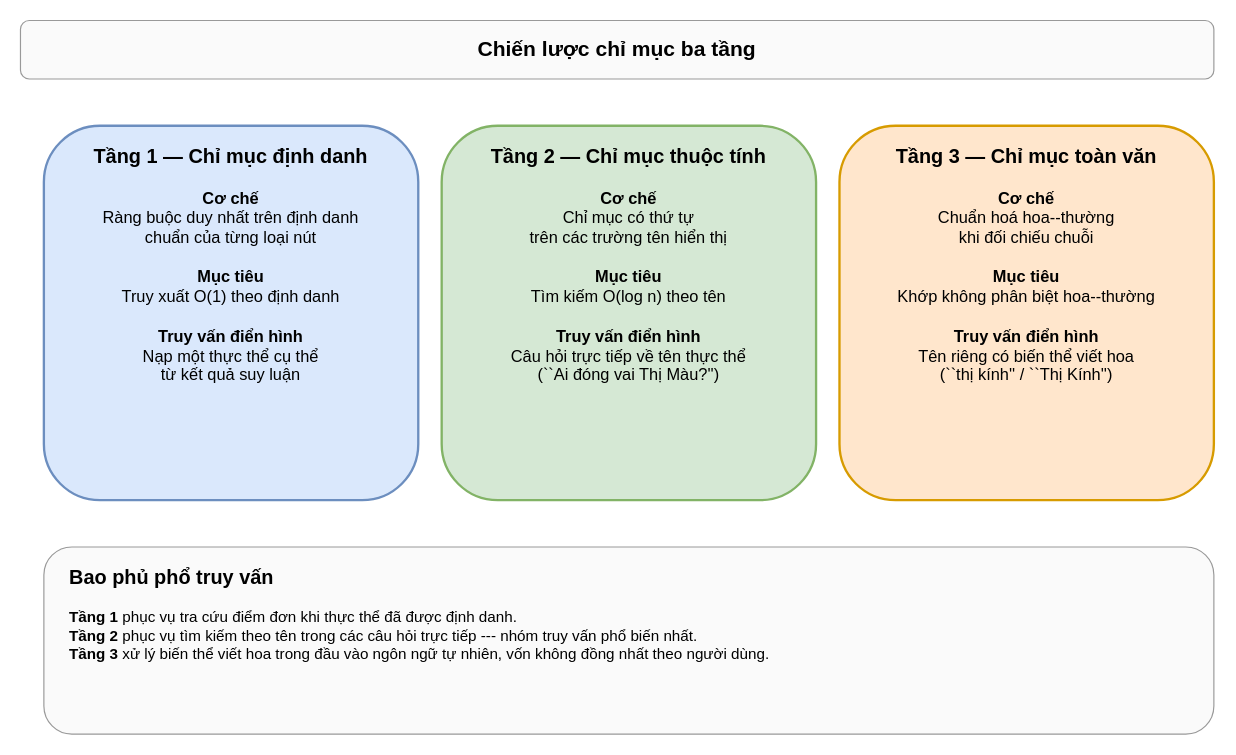
The draw.io diagram thesis/figures/c3/indexing_strategy.drawio in BlackRose484/GraphRAG, before the edit. Source tidied: cells renumbered, new cells numbered last; positions are measured from the earlier drawing's top-left corner, leaving out a move shared by most shapes. Both pictures are drawn from the tidied source at 117%, with x=0, y=0 at pixel (20, 20).
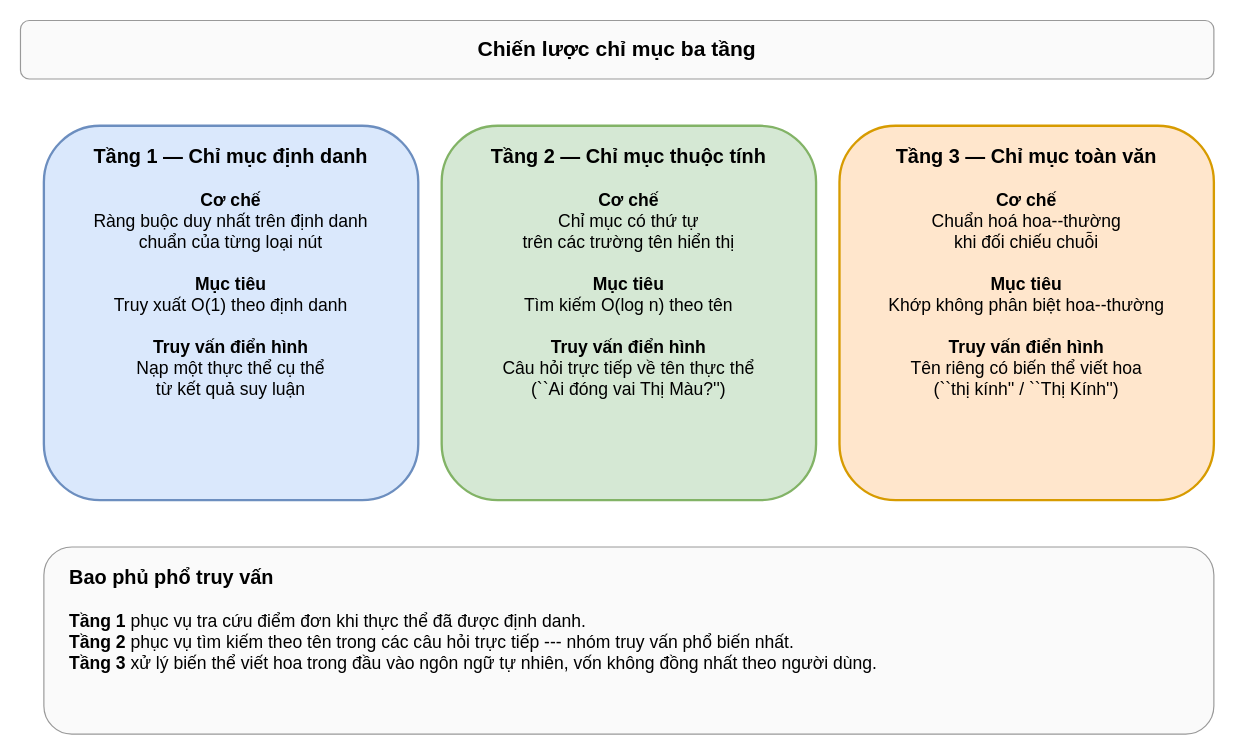
After the change.

Diff of the diagram source:
```diff
@@
 <mxGraphModel>
   <root>
     <mxCell id="0" />
     <mxCell id="1" parent="0" />
     <mxCell id="2" value="Chiến lược chỉ mục ba tầng" style="rounded=1;whiteSpace=wrap;html=1;fillColor=#fafafa;strokeColor=#999999;strokeWidth=1;fontSize=18;fontStyle=1;align=center;" parent="1" vertex="1">
       <mxGeometry width="1020" height="50" as="geometry" />
     </mxCell>
-    <mxCell id="3" value="&lt;b style=&quot;font-size:17px&quot;&gt;Tầng 1 — Chỉ mục định danh&lt;/b&gt;&lt;br&gt;&lt;br&gt;&lt;b&gt;Cơ chế&lt;/b&gt;&lt;br&gt;Ràng buộc duy nhất trên định danh&lt;br&gt;chuẩn của từng loại nút&lt;br&gt;&lt;br&gt;&lt;b&gt;Mục tiêu&lt;/b&gt;&lt;br&gt;Truy xuất O(1) theo định danh&lt;br&gt;&lt;br&gt;&lt;b&gt;Truy vấn điển hình&lt;/b&gt;&lt;br&gt;Nạp một thực thể cụ thể&lt;br&gt;từ kết quả suy luận" style="rounded=1;whiteSpace=wrap;html=1;fillColor=#dae8fc;strokeColor=#6c8ebf;strokeWidth=2;fontSize=14;align=center;verticalAlign=top;spacingTop=10;" parent="1" vertex="1">
+    <mxCell id="3" value="&lt;b style=&quot;font-size:17px&quot;&gt;Tầng 1 — Chỉ mục định danh&lt;/b&gt;&lt;br&gt;&lt;br&gt;&lt;b&gt;Cơ chế&lt;/b&gt;&lt;br&gt;Ràng buộc duy nhất trên định danh&lt;br&gt;chuẩn của từng loại nút&lt;br&gt;&lt;br&gt;&lt;b&gt;Mục tiêu&lt;/b&gt;&lt;br&gt;Truy xuất O(1) theo định danh&lt;br&gt;&lt;br&gt;&lt;b&gt;Truy vấn điển hình&lt;/b&gt;&lt;br&gt;Nạp một thực thể cụ thể&lt;br&gt;từ kết quả suy luận" style="rounded=1;whiteSpace=wrap;html=1;fillColor=#dae8fc;strokeColor=#6c8ebf;strokeWidth=2;fontSize=15;align=center;verticalAlign=top;spacingTop=10;" parent="1" vertex="1">
       <mxGeometry x="20" y="90" width="320" height="320" as="geometry" />
     </mxCell>
-    <mxCell id="4" value="&lt;b style=&quot;font-size:17px&quot;&gt;Tầng 2 — Chỉ mục thuộc tính&lt;/b&gt;&lt;br&gt;&lt;br&gt;&lt;b&gt;Cơ chế&lt;/b&gt;&lt;br&gt;Chỉ mục có thứ tự&lt;br&gt;trên các trường tên hiển thị&lt;br&gt;&lt;br&gt;&lt;b&gt;Mục tiêu&lt;/b&gt;&lt;br&gt;Tìm kiếm O(log n) theo tên&lt;br&gt;&lt;br&gt;&lt;b&gt;Truy vấn điển hình&lt;/b&gt;&lt;br&gt;Câu hỏi trực tiếp về tên thực thể&lt;br&gt;(``Ai đóng vai Thị Màu?'')" style="rounded=1;whiteSpace=wrap;html=1;fillColor=#d5e8d4;strokeColor=#82b366;strokeWidth=2;fontSize=14;align=center;verticalAlign=top;spacingTop=10;" parent="1" vertex="1">
+    <mxCell id="4" value="&lt;b style=&quot;font-size:17px&quot;&gt;Tầng 2 — Chỉ mục thuộc tính&lt;/b&gt;&lt;br&gt;&lt;br&gt;&lt;b&gt;Cơ chế&lt;/b&gt;&lt;br&gt;Chỉ mục có thứ tự&lt;br&gt;trên các trường tên hiển thị&lt;br&gt;&lt;br&gt;&lt;b&gt;Mục tiêu&lt;/b&gt;&lt;br&gt;Tìm kiếm O(log n) theo tên&lt;br&gt;&lt;br&gt;&lt;b&gt;Truy vấn điển hình&lt;/b&gt;&lt;br&gt;Câu hỏi trực tiếp về tên thực thể&lt;br&gt;(``Ai đóng vai Thị Màu?'')" style="rounded=1;whiteSpace=wrap;html=1;fillColor=#d5e8d4;strokeColor=#82b366;strokeWidth=2;fontSize=15;align=center;verticalAlign=top;spacingTop=10;" parent="1" vertex="1">
       <mxGeometry x="360" y="90" width="320" height="320" as="geometry" />
     </mxCell>
-    <mxCell id="5" value="&lt;b style=&quot;font-size:17px&quot;&gt;Tầng 3 — Chỉ mục toàn văn&lt;/b&gt;&lt;br&gt;&lt;br&gt;&lt;b&gt;Cơ chế&lt;/b&gt;&lt;br&gt;Chuẩn hoá hoa--thường&lt;br&gt;khi đối chiếu chuỗi&lt;br&gt;&lt;br&gt;&lt;b&gt;Mục tiêu&lt;/b&gt;&lt;br&gt;Khớp không phân biệt hoa--thường&lt;br&gt;&lt;br&gt;&lt;b&gt;Truy vấn điển hình&lt;/b&gt;&lt;br&gt;Tên riêng có biến thể viết hoa&lt;br&gt;(``thị kính'' / ``Thị Kính'')" style="rounded=1;whiteSpace=wrap;html=1;fillColor=#ffe6cc;strokeColor=#d79b00;strokeWidth=2;fontSize=14;align=center;verticalAlign=top;spacingTop=10;" parent="1" vertex="1">
+    <mxCell id="5" value="&lt;b style=&quot;font-size:17px&quot;&gt;Tầng 3 — Chỉ mục toàn văn&lt;/b&gt;&lt;br&gt;&lt;br&gt;&lt;b&gt;Cơ chế&lt;/b&gt;&lt;br&gt;Chuẩn hoá hoa--thường&lt;br&gt;khi đối chiếu chuỗi&lt;br&gt;&lt;br&gt;&lt;b&gt;Mục tiêu&lt;/b&gt;&lt;br&gt;Khớp không phân biệt hoa--thường&lt;br&gt;&lt;br&gt;&lt;b&gt;Truy vấn điển hình&lt;/b&gt;&lt;br&gt;Tên riêng có biến thể viết hoa&lt;br&gt;(``thị kính'' / ``Thị Kính'')" style="rounded=1;whiteSpace=wrap;html=1;fillColor=#ffe6cc;strokeColor=#d79b00;strokeWidth=2;fontSize=15;align=center;verticalAlign=top;spacingTop=10;" parent="1" vertex="1">
       <mxGeometry x="700" y="90" width="320" height="320" as="geometry" />
     </mxCell>
-    <mxCell id="6" value="&lt;b style=&quot;font-size:17px&quot;&gt;Bao phủ phổ truy vấn&lt;/b&gt;&lt;br&gt;&lt;br&gt;&lt;b&gt;Tầng 1&lt;/b&gt; phục vụ tra cứu điểm đơn khi thực thể đã được định danh.&lt;br&gt;&lt;b&gt;Tầng 2&lt;/b&gt; phục vụ tìm kiếm theo tên trong các câu hỏi trực tiếp --- nhóm truy vấn phổ biến nhất.&lt;br&gt;&lt;b&gt;Tầng 3&lt;/b&gt; xử lý biến thể viết hoa trong đầu vào ngôn ngữ tự nhiên, vốn không đồng nhất theo người dùng." style="rounded=1;whiteSpace=wrap;html=1;fillColor=#fafafa;strokeColor=#999999;strokeWidth=1;fontSize=13;align=left;verticalAlign=top;spacingLeft=20;spacingTop=10;" parent="1" vertex="1">
+    <mxCell id="6" value="&lt;b style=&quot;font-size:17px&quot;&gt;Bao phủ phổ truy vấn&lt;/b&gt;&lt;br&gt;&lt;br&gt;&lt;b&gt;Tầng 1&lt;/b&gt; phục vụ tra cứu điểm đơn khi thực thể đã được định danh.&lt;br&gt;&lt;b&gt;Tầng 2&lt;/b&gt; phục vụ tìm kiếm theo tên trong các câu hỏi trực tiếp --- nhóm truy vấn phổ biến nhất.&lt;br&gt;&lt;b&gt;Tầng 3&lt;/b&gt; xử lý biến thể viết hoa trong đầu vào ngôn ngữ tự nhiên, vốn không đồng nhất theo người dùng." style="rounded=1;whiteSpace=wrap;html=1;fillColor=#fafafa;strokeColor=#999999;strokeWidth=1;fontSize=15;align=left;verticalAlign=top;spacingLeft=20;spacingTop=10;" parent="1" vertex="1">
       <mxGeometry x="20" y="450" width="1000" height="160" as="geometry" />
     </mxCell>
   </root>
 </mxGraphModel>
```
